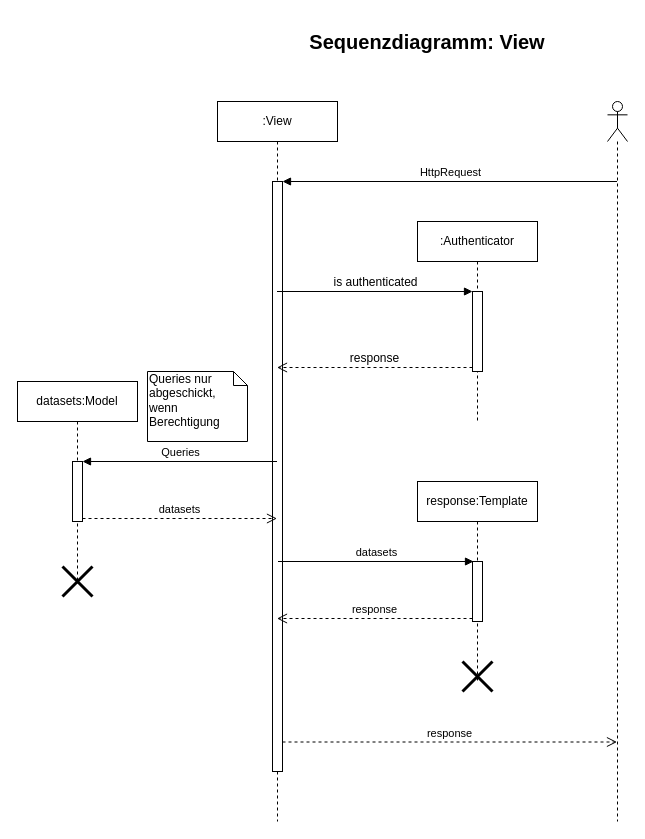
mribrgr/StuRa-Mitgliederdatenbank keeps this draw.io diagram as page "Sequenzdiagramm" (4 of 10) of docs/anforderung/files/svg/diagrams_master.drawio. Above is the earlier version. Source tidied: cells renumbered, new cells numbered last; positions are measured from the earlier drawing's top-left corner, leaving out a move shared by most shapes. Both pictures are drawn from the tidied source at 100%, with x=0, y=0 at pixel (17, 31).
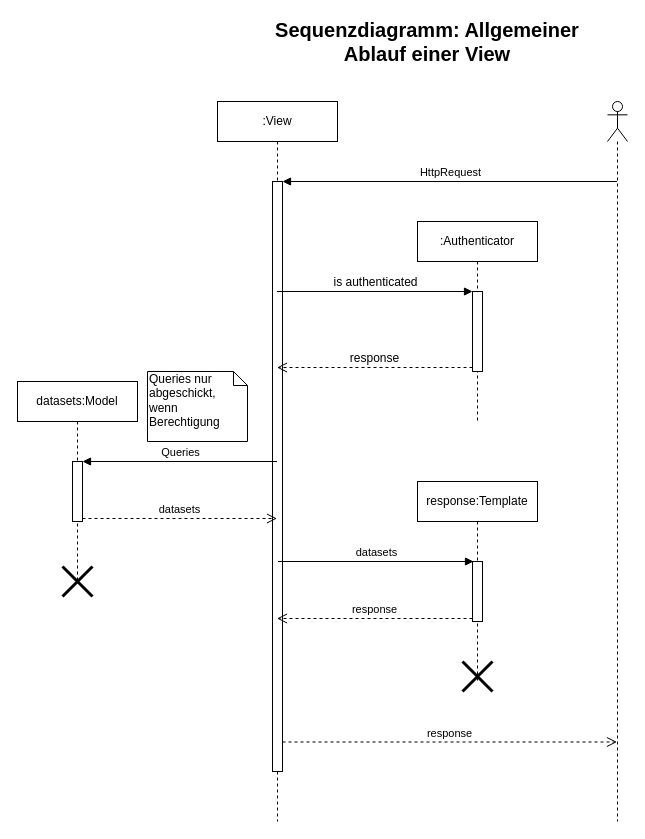
After the change.

What changed in the source:
```diff
@@
-    <mxCell id="22" value="Sequenzdiagramm: View" style="text;html=1;strokeColor=none;fillColor=none;align=center;verticalAlign=middle;whiteSpace=wrap;rounded=0;fontStyle=1;fontSize=20;" parent="1" vertex="1">
+    <mxCell id="22" value="Sequenzdiagramm: Allgemeiner Ablauf einer View" style="text;html=1;strokeColor=none;fillColor=none;align=center;verticalAlign=middle;whiteSpace=wrap;rounded=0;fontStyle=1;fontSize=20;" parent="1" vertex="1">
       <mxGeometry x="230" width="360" height="20" as="geometry" />
     </mxCell>
```
